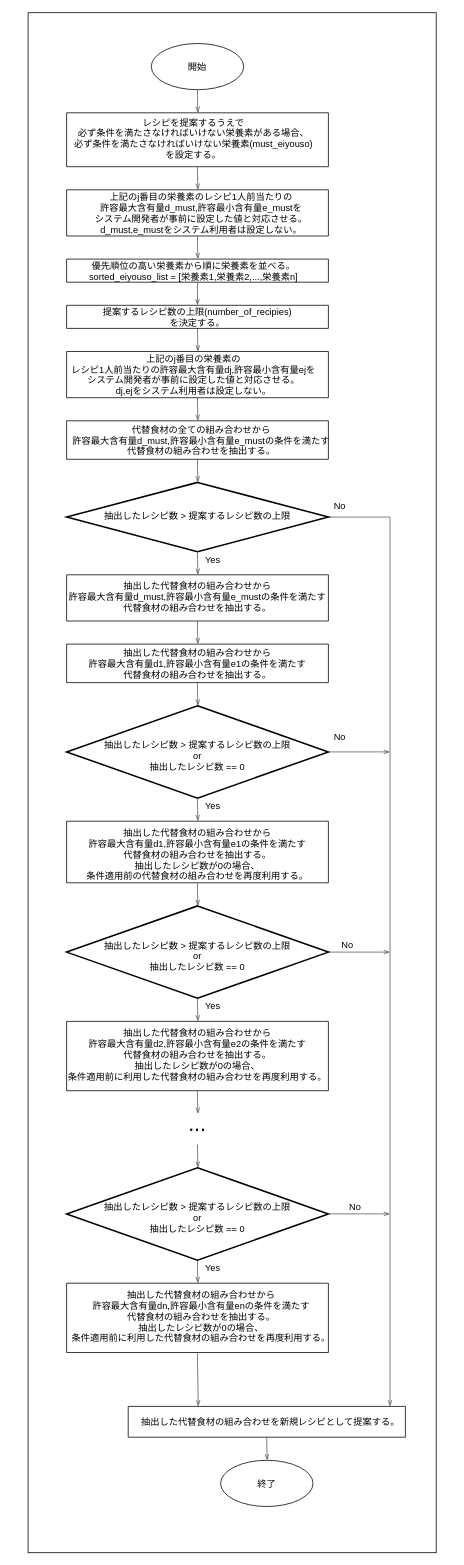
This is 変更後のフロー図.drawio from jokertennis/github-flow-practice, a draw.io file, before an edit. Source tidied: cells renumbered, new cells numbered last; positions are measured from the earlier drawing's top-left corner, leaving out a move shared by most shapes. Both pictures are drawn from the tidied source at 77%, with x=0, y=0 at pixel (28, 12).
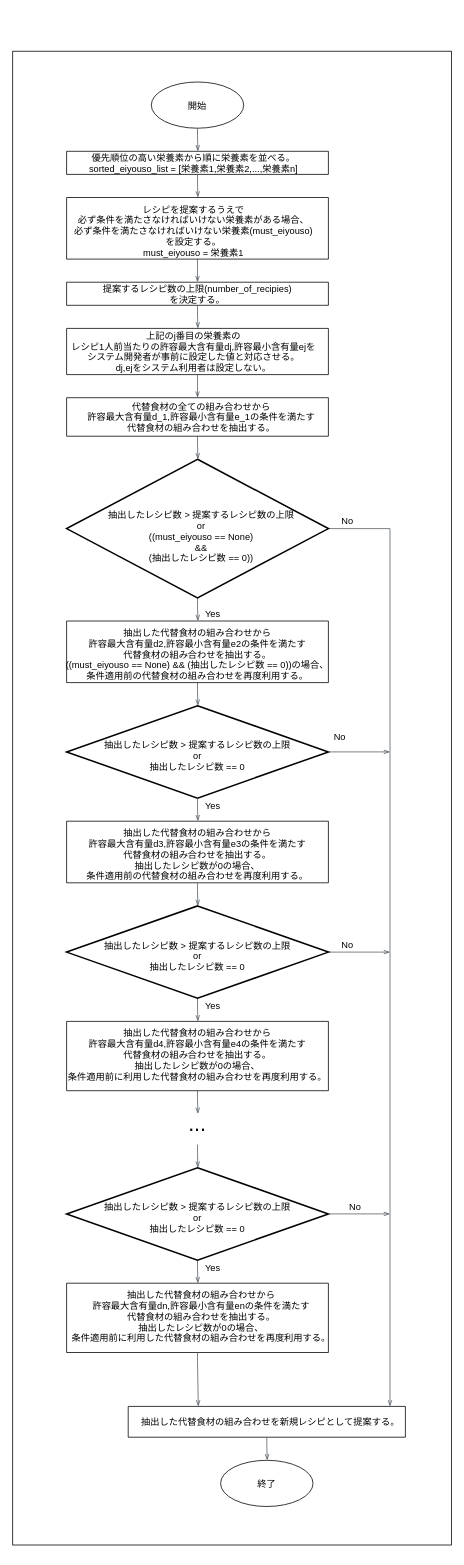
The same diagram, later.

Commit message:
Update 変更後のフロー図.drawio

What changed in the source:
```diff
@@
     <mxCell id="2" style="rounded=0;whiteSpace=wrap;html=1;" parent="1" vertex="1">
-      <mxGeometry width="530" height="2000" as="geometry" />
+      <mxGeometry x="-20" y="50" width="570" height="1940" as="geometry" />
     </mxCell>
     <mxCell id="3" style="strokeWidth=1;html=1;shape=mxgraph.flowchart.start_1;whiteSpace=wrap;labelBorderColor=#000000;" parent="1" vertex="1">
-      <mxGeometry x="160" y="40" width="120" height="60" as="geometry" />
+      <mxGeometry x="160" y="90" width="120" height="60" as="geometry" />
     </mxCell>
     <mxCell id="4" value="開始" style="text;align=center;verticalAlign=middle;labelBackgroundColor=#ffffff;labelBorderColor=none;" parent="1" vertex="1">
-      <mxGeometry x="200" y="60" width="40" height="20" as="geometry" />
+      <mxGeometry x="200" y="110" width="40" height="20" as="geometry" />
     </mxCell>
@@
     <mxCell id="6" value="上記のj番目の栄養素の&#10;レシピ1人前当たりの許容最大含有量dj,許容最小含有量ejを&#10;システム開発者が事前に設定した値と対応させる。&#10;dj,ejをシステム利用者は設定しない。" style="text;align=center;verticalAlign=middle;" parent="1" vertex="1">
-      <mxGeometry x="50" y="440" width="330" height="60" as="geometry" />
+      <mxGeometry x="50" y="410" width="330" height="60" as="geometry" />
     </mxCell>
-    <mxCell id="7" style="verticalLabelPosition=bottom;verticalAlign=top;html=1;shape=mxgraph.basic.rect;fillColor2=none;strokeWidth=1;size=20;indent=5;rounded=0;labelBackgroundColor=#ffffff;sketch=0;fillColor=none;labelBorderColor=none;" parent="1" vertex="1">
-      <mxGeometry x="50" y="440" width="340" height="60" as="geometry" />
-    </mxCell>
-    <mxCell id="8" value="抽出した代替食材の組み合わせから&#10;許容最大含有量d1,許容最小含有量e1の条件を満たす&#10;代替食材の組み合わせを抽出する。" style="text;align=center;verticalAlign=middle;" parent="1" vertex="1">
-      <mxGeometry x="70" y="820" width="300" height="50" as="geometry" />
-    </mxCell>
-    <mxCell id="9" style="verticalLabelPosition=bottom;verticalAlign=top;html=1;shape=mxgraph.basic.rect;fillColor2=none;strokeWidth=1;size=20;indent=5;rounded=0;labelBackgroundColor=#ffffff;sketch=0;fillColor=none;labelBorderColor=none;" parent="1" vertex="1">
-      <mxGeometry x="50" y="820" width="340" height="50" as="geometry" />
-    </mxCell>
@@
-    <mxCell id="14" value="抽出した代替食材の組み合わせから&#10;許容最大含有量d1,許容最小含有量e1の条件を満たす&#10;代替食材の組み合わせを抽出する。&#10;抽出したレシピ数が0の場合、&#10;条件適用前の代替食材の組み合わせを再度利用する。&#10;" style="text;align=center;verticalAlign=middle;" parent="1" vertex="1">
+    <mxCell id="14" value="抽出した代替食材の組み合わせから&#10;許容最大含有量d3,許容最小含有量e3の条件を満たす&#10;代替食材の組み合わせを抽出する。&#10;抽出したレシピ数が0の場合、&#10;条件適用前の代替食材の組み合わせを再度利用する。&#10;" style="text;align=center;verticalAlign=middle;" parent="1" vertex="1">
       <mxGeometry x="70" y="1060" width="300" height="80" as="geometry" />
     </mxCell>
@@
-    <mxCell id="26" style="edgeStyle=orthogonalEdgeStyle;html=1;endArrow=openThin;elbow=vertical;startArrow=none;endFill=0;strokeColor=#545B64;rounded=0;exitX=1;exitY=0.5;exitDx=0;exitDy=0;exitPerimeter=0;" parent="1" edge="1" source="61">
+    <mxCell id="26" style="edgeStyle=orthogonalEdgeStyle;html=1;endArrow=openThin;elbow=vertical;startArrow=none;endFill=0;strokeColor=#545B64;rounded=0;" parent="1" edge="1" source="61">
       <mxGeometry relative="1" as="geometry">
         <mxPoint x="470" y="1810" as="targetPoint" />
         <Array as="points">
-          <mxPoint x="470" y="655" />
+          <mxPoint x="470" y="670" />
         </Array>
       </mxGeometry>
     </mxCell>
@@
     <mxCell id="30" value="No" style="text;align=center;verticalAlign=middle;fontSize=12;" parent="1" vertex="1">
-      <mxGeometry x="390" y="630" width="30" height="20" as="geometry" />
+      <mxGeometry x="400" y="650" width="30" height="20" as="geometry" />
     </mxCell>
-    <mxCell id="31" style="edgeStyle=orthogonalEdgeStyle;html=1;endArrow=openThin;elbow=vertical;startArrow=none;endFill=0;strokeColor=#545B64;rounded=0;" parent="1" edge="1">
-      <mxGeometry relative="1" as="geometry">
-        <mxPoint x="220" y="410" as="sourcePoint" />
-        <mxPoint x="220.5" y="440" as="targetPoint" />
-        <Array as="points">
-          <mxPoint x="220.5" y="420" />
-          <mxPoint x="220.5" y="420" />
-        </Array>
-      </mxGeometry>
-    </mxCell>
     <mxCell id="32" style="verticalLabelPosition=bottom;verticalAlign=top;html=1;shape=mxgraph.basic.rect;fillColor2=none;strokeWidth=1;size=20;indent=5;rounded=0;labelBackgroundColor=#ffffff;sketch=0;fillColor=none;labelBorderColor=none;" parent="1" vertex="1">
-      <mxGeometry x="50" y="320" width="340" height="30" as="geometry" />
+      <mxGeometry x="50" y="180" width="340" height="30" as="geometry" />
     </mxCell>
     <mxCell id="33" value="優先順位の高い栄養素から順に栄養素を並べる。&#10;sorted_eiyouso_list = [栄養素1,栄養素2,...,栄養素n]" style="text;align=center;verticalAlign=middle;strokeColor=none;" parent="1" vertex="1">
-      <mxGeometry x="70" y="320" width="290" height="30" as="geometry" />
+      <mxGeometry x="70" y="180" width="290" height="30" as="geometry" />
     </mxCell>
     <mxCell id="34" value="提案するレシピ数の上限(number_of_recipies)&#10;を決定する。" style="text;align=center;verticalAlign=middle;strokeColor=none;" parent="1" vertex="1">
-      <mxGeometry x="90" y="380" width="260" height="30" as="geometry" />
+      <mxGeometry x="90" y="350" width="260" height="30" as="geometry" />
     </mxCell>
     <mxCell id="35" style="edgeStyle=orthogonalEdgeStyle;html=1;endArrow=openThin;elbow=vertical;startArrow=none;endFill=0;strokeColor=#545B64;rounded=0;" parent="1" edge="1">
       <mxGeometry relative="1" as="geometry">
-        <mxPoint x="220" y="500" as="sourcePoint" />
-        <mxPoint x="220.5" y="530" as="targetPoint" />
+        <mxPoint x="220" y="550" as="sourcePoint" />
+        <mxPoint x="220.5" y="580" as="targetPoint" />
         <Array as="points">
-          <mxPoint x="220.5" y="510" />
-          <mxPoint x="220.5" y="510" />
+          <mxPoint x="220.5" y="560" />
+          <mxPoint x="220.5" y="560" />
         </Array>
       </mxGeometry>
     </mxCell>
     <mxCell id="36" style="verticalLabelPosition=bottom;verticalAlign=top;html=1;shape=mxgraph.basic.rect;fillColor2=none;strokeWidth=1;size=20;indent=5;rounded=0;labelBackgroundColor=#ffffff;sketch=0;fillColor=none;labelBorderColor=none;" parent="1" vertex="1">
-      <mxGeometry x="50" y="380" width="340" height="30" as="geometry" />
+      <mxGeometry x="50" y="350" width="340" height="30" as="geometry" />
     </mxCell>
     <mxCell id="37" style="edgeStyle=orthogonalEdgeStyle;html=1;endArrow=openThin;elbow=vertical;startArrow=none;endFill=0;strokeColor=#545B64;rounded=0;" parent="1" edge="1">
       <mxGeometry relative="1" as="geometry">
-        <mxPoint x="220" y="350" as="sourcePoint" />
-        <mxPoint x="220" y="380" as="targetPoint" />
+        <mxPoint x="220" y="320" as="sourcePoint" />
+        <mxPoint x="220" y="350" as="targetPoint" />
         <Array as="points">
-          <mxPoint x="220.5" y="360" />
-          <mxPoint x="220.5" y="360" />
+          <mxPoint x="220.5" y="330" />
+          <mxPoint x="220.5" y="330" />
         </Array>
       </mxGeometry>
     </mxCell>
-    <mxCell id="38" style="edgeStyle=orthogonalEdgeStyle;html=1;endArrow=openThin;elbow=vertical;startArrow=none;endFill=0;strokeColor=#545B64;rounded=0;" parent="1" edge="1">
-      <mxGeometry relative="1" as="geometry">
-        <mxPoint x="220" y="580" as="sourcePoint" />
-        <mxPoint x="220.5" y="610" as="targetPoint" />
-        <Array as="points">
-          <mxPoint x="220" y="590" />
-          <mxPoint x="220" y="590" />
-        </Array>
-      </mxGeometry>
-    </mxCell>
@@
-    <mxCell id="41" value="抽出した代替食材の組み合わせから&#10;許容最大含有量d2,許容最小含有量e2の条件を満たす&#10;代替食材の組み合わせを抽出する。&#10;抽出したレシピ数が0の場合、&#10;条件適用前に利用した代替食材の組み合わせを再度利用する。&#10;" style="text;align=center;verticalAlign=middle;" parent="1" vertex="1">
+    <mxCell id="41" value="抽出した代替食材の組み合わせから&#10;許容最大含有量d4,許容最小含有量e4の条件を満たす&#10;代替食材の組み合わせを抽出する。&#10;抽出したレシピ数が0の場合、&#10;条件適用前に利用した代替食材の組み合わせを再度利用する。&#10;" style="text;align=center;verticalAlign=middle;" parent="1" vertex="1">
       <mxGeometry x="45" y="1320" width="350" height="80" as="geometry" />
     </mxCell>
@@
     <mxCell id="52" style="edgeStyle=orthogonalEdgeStyle;html=1;endArrow=openThin;elbow=vertical;startArrow=none;endFill=0;strokeColor=#545B64;rounded=0;" parent="1" edge="1">
       <mxGeometry relative="1" as="geometry">
-        <mxPoint x="220" y="100" as="sourcePoint" />
-        <mxPoint x="220.5" y="130" as="targetPoint" />
+        <mxPoint x="220" y="150" as="sourcePoint" />
+        <mxPoint x="220.5" y="180" as="targetPoint" />
         <Array as="points">
-          <mxPoint x="220.5" y="110" />
-          <mxPoint x="220.5" y="110" />
+          <mxPoint x="220.5" y="160" />
+          <mxPoint x="220.5" y="160" />
         </Array>
       </mxGeometry>
     </mxCell>
-    <mxCell id="53" value="レシピを提案するうえで&#10;必ず条件を満たさなければいけない栄養素がある場合、&#10;必ず条件を満たさなければいけない栄養素(must_eiyouso)&#10;を設定する。&#10;" style="text;align=center;verticalAlign=middle;strokeColor=none;" parent="1" vertex="1">
-      <mxGeometry x="50" y="140" width="330" height="60" as="geometry" />
+    <mxCell id="53" value="レシピを提案するうえで&#10;必ず条件を満たさなければいけない栄養素がある場合、&#10;必ず条件を満たさなければいけない栄養素(must_eiyouso)&#10;を設定する。&#10;must_eiyouso = 栄養素1&#10;" style="text;align=center;verticalAlign=middle;strokeColor=none;" parent="1" vertex="1">
+      <mxGeometry x="50" y="250" width="330" height="80" as="geometry" />
     </mxCell>
     <mxCell id="54" style="verticalLabelPosition=bottom;verticalAlign=top;html=1;shape=mxgraph.basic.rect;fillColor2=none;strokeWidth=1;size=20;indent=5;rounded=0;labelBackgroundColor=#ffffff;sketch=0;fillColor=none;labelBorderColor=none;" parent="1" vertex="1">
-      <mxGeometry x="50" y="130" width="340" height="70" as="geometry" />
+      <mxGeometry x="50" y="240" width="340" height="80" as="geometry" />
     </mxCell>
-    <mxCell id="55" style="edgeStyle=orthogonalEdgeStyle;html=1;endArrow=openThin;elbow=vertical;startArrow=none;endFill=0;strokeColor=#545B64;rounded=0;" parent="1" edge="1">
-      <mxGeometry relative="1" as="geometry">
-        <mxPoint x="220" y="200" as="sourcePoint" />
-        <mxPoint x="220.5" y="230" as="targetPoint" />
-        <Array as="points">
-          <mxPoint x="220.5" y="210" />
-          <mxPoint x="220.5" y="210" />
-        </Array>
-      </mxGeometry>
-    </mxCell>
-    <mxCell id="56" style="verticalLabelPosition=bottom;verticalAlign=top;html=1;shape=mxgraph.basic.rect;fillColor2=none;strokeWidth=1;size=20;indent=5;rounded=0;labelBackgroundColor=#ffffff;sketch=0;fillColor=none;labelBorderColor=none;" parent="1" vertex="1">
-      <mxGeometry x="50" y="230" width="340" height="60" as="geometry" />
-    </mxCell>
-    <mxCell id="57" value="上記のj番目の栄養素のレシピ1人前当たりの&#10;許容最大含有量d_must,許容最小含有量e_mustを&#10;システム開発者が事前に設定した値と対応させる。&#10;d_must,e_mustをシステム利用者は設定しない。" style="text;align=center;verticalAlign=middle;" parent="1" vertex="1">
-      <mxGeometry x="80" y="230" width="290" height="60" as="geometry" />
-    </mxCell>
     <mxCell id="58" style="verticalLabelPosition=bottom;verticalAlign=top;html=1;shape=mxgraph.basic.rect;fillColor2=none;strokeWidth=1;size=20;indent=5;rounded=0;labelBackgroundColor=#ffffff;sketch=0;fillColor=none;labelBorderColor=none;" parent="1" vertex="1">
-      <mxGeometry x="50" y="530" width="340" height="50" as="geometry" />
+      <mxGeometry x="50" y="500" width="340" height="50" as="geometry" />
     </mxCell>
-    <mxCell id="59" value="代替食材の全ての組み合わせから&#10;許容最大含有量d_must,許容最小含有量e_mustの条件を満たす&#10;代替食材の組み合わせを抽出する。" style="text;align=center;verticalAlign=middle;" parent="1" vertex="1">
-      <mxGeometry x="50" y="530" width="350" height="50" as="geometry" />
+    <mxCell id="59" value="代替食材の全ての組み合わせから&#10;許容最大含有量d_1,許容最小含有量e_1の条件を満たす&#10;代替食材の組み合わせを抽出する。" style="text;align=center;verticalAlign=middle;" parent="1" vertex="1">
+      <mxGeometry x="70" y="500" width="310" height="50" as="geometry" />
     </mxCell>
     <mxCell id="60" style="edgeStyle=orthogonalEdgeStyle;html=1;endArrow=openThin;elbow=vertical;startArrow=none;endFill=0;strokeColor=#545B64;rounded=0;" parent="1" edge="1">
       <mxGeometry relative="1" as="geometry">
-        <mxPoint x="220" y="290" as="sourcePoint" />
-        <mxPoint x="220.5" y="320" as="targetPoint" />
+        <mxPoint x="220" y="210" as="sourcePoint" />
+        <mxPoint x="220.5" y="240" as="targetPoint" />
         <Array as="points">
-          <mxPoint x="220.5" y="300" />
-          <mxPoint x="220.5" y="300" />
+          <mxPoint x="220.5" y="220" />
+          <mxPoint x="220.5" y="220" />
         </Array>
       </mxGeometry>
     </mxCell>
-    <mxCell id="61" style="strokeWidth=2;html=1;shape=mxgraph.flowchart.decision;whiteSpace=wrap;rounded=0;labelBackgroundColor=#ffffff;sketch=0;fillColor=none;" parent="1" vertex="1">
-      <mxGeometry x="50" y="610" width="340" height="90" as="geometry" />
-    </mxCell>
-    <mxCell id="62" value="抽出したレシピ数 &gt; 提案するレシピ数の上限&#10;" style="text;align=center;verticalAlign=middle;" parent="1" vertex="1">
-      <mxGeometry x="90" y="650" width="260" height="20" as="geometry" />
+    <mxCell id="62" value="抽出したレシピ数 &gt; 提案するレシピ数の上限&#10;or&#10;((must_eiyouso == None) &#10;&amp;&amp; &#10;(抽出したレシピ数 == 0))" style="text;align=center;verticalAlign=middle;" parent="1" vertex="1">
+      <mxGeometry x="95" y="640" width="260" height="80" as="geometry" />
     </mxCell>
     <mxCell id="63" value="Yes" style="text;align=center;verticalAlign=middle;fontSize=12;" parent="1" vertex="1">
-      <mxGeometry x="220" y="700" width="40" height="20" as="geometry" />
+      <mxGeometry x="220" y="770" width="40" height="20" as="geometry" />
     </mxCell>
     <mxCell id="64" style="edgeStyle=orthogonalEdgeStyle;html=1;endArrow=openThin;elbow=vertical;startArrow=none;endFill=0;strokeColor=#545B64;rounded=0;" parent="1" edge="1">
       <mxGeometry relative="1" as="geometry">
-        <mxPoint x="220" y="700" as="sourcePoint" />
-        <mxPoint x="220.5" y="730" as="targetPoint" />
+        <mxPoint x="220" y="760" as="sourcePoint" />
+        <mxPoint x="220.5" y="790" as="targetPoint" />
         <Array as="points">
-          <mxPoint x="220" y="710" />
-          <mxPoint x="220" y="710" />
+          <mxPoint x="220" y="770" />
+          <mxPoint x="220" y="770" />
         </Array>
       </mxGeometry>
     </mxCell>
-    <mxCell id="65" value="抽出した代替食材の組み合わせから&#10;許容最大含有量d_must,許容最小含有量e_mustの条件を満たす&#10;代替食材の組み合わせを抽出する。&#10;" style="text;align=center;verticalAlign=middle;" parent="1" vertex="1">
-      <mxGeometry x="45" y="740" width="350" height="50" as="geometry" />
+    <mxCell id="65" value="抽出した代替食材の組み合わせから&#10;許容最大含有量d2,許容最小含有量e2の条件を満たす&#10;代替食材の組み合わせを抽出する。&#10;((must_eiyouso == None) &amp;&amp; (抽出したレシピ数 == 0))の場合、&#10;条件適用前の代替食材の組み合わせを再度利用する。&#10;" style="text;align=center;verticalAlign=middle;" parent="1" vertex="1">
+      <mxGeometry x="40" y="800" width="360" height="80" as="geometry" />
     </mxCell>
-    <mxCell id="66" style="verticalLabelPosition=bottom;verticalAlign=top;html=1;shape=mxgraph.basic.rect;fillColor2=none;strokeWidth=1;size=20;indent=5;rounded=0;labelBackgroundColor=#ffffff;sketch=0;fillColor=none;labelBorderColor=none;" parent="1" vertex="1">
-      <mxGeometry x="50" y="730" width="340" height="60" as="geometry" />
-    </mxCell>
-    <mxCell id="67" style="edgeStyle=orthogonalEdgeStyle;html=1;endArrow=openThin;elbow=vertical;startArrow=none;endFill=0;strokeColor=#545B64;rounded=0;" parent="1" edge="1">
-      <mxGeometry relative="1" as="geometry">
-        <mxPoint x="220" y="790" as="sourcePoint" />
-        <mxPoint x="220.5" y="820" as="targetPoint" />
-        <Array as="points">
-          <mxPoint x="220" y="800" />
-          <mxPoint x="220" y="800" />
-        </Array>
-      </mxGeometry>
-    </mxCell>
@@
+    <mxCell id="7" style="verticalLabelPosition=bottom;verticalAlign=top;html=1;shape=mxgraph.basic.rect;fillColor2=none;strokeWidth=1;size=20;indent=5;rounded=0;labelBackgroundColor=#ffffff;sketch=0;fillColor=none;labelBorderColor=none;" parent="1" vertex="1">
+      <mxGeometry x="50" y="410" width="340" height="60" as="geometry" />
+    </mxCell>
+    <mxCell id="61" style="strokeWidth=2;html=1;shape=mxgraph.flowchart.decision;whiteSpace=wrap;rounded=0;labelBackgroundColor=#ffffff;sketch=0;fillColor=none;" parent="1" vertex="1">
+      <mxGeometry x="50" y="580" width="340" height="180" as="geometry" />
+    </mxCell>
+    <mxCell id="70" style="edgeStyle=orthogonalEdgeStyle;html=1;endArrow=openThin;elbow=vertical;startArrow=none;endFill=0;strokeColor=#545B64;rounded=0;" parent="1" edge="1">
+      <mxGeometry relative="1" as="geometry">
+        <mxPoint x="220" y="380" as="sourcePoint" />
+        <mxPoint x="220.5" y="410" as="targetPoint" />
+        <Array as="points">
+          <mxPoint x="220.5" y="390" />
+          <mxPoint x="220.5" y="390" />
+        </Array>
+      </mxGeometry>
+    </mxCell>
+    <mxCell id="71" style="verticalLabelPosition=bottom;verticalAlign=top;html=1;shape=mxgraph.basic.rect;fillColor2=none;strokeWidth=1;size=20;indent=5;rounded=0;labelBackgroundColor=#ffffff;sketch=0;fillColor=none;labelBorderColor=none;" parent="1" vertex="1">
+      <mxGeometry x="50" y="790" width="340" height="80" as="geometry" />
+    </mxCell>
+    <mxCell id="72" style="edgeStyle=orthogonalEdgeStyle;html=1;endArrow=openThin;elbow=vertical;startArrow=none;endFill=0;strokeColor=#545B64;rounded=0;" parent="1" edge="1">
+      <mxGeometry relative="1" as="geometry">
+        <mxPoint x="220" y="470" as="sourcePoint" />
+        <mxPoint x="220" y="500" as="targetPoint" />
+        <Array as="points">
+          <mxPoint x="220.5" y="480" />
+          <mxPoint x="220.5" y="480" />
+        </Array>
+      </mxGeometry>
+    </mxCell>
```
